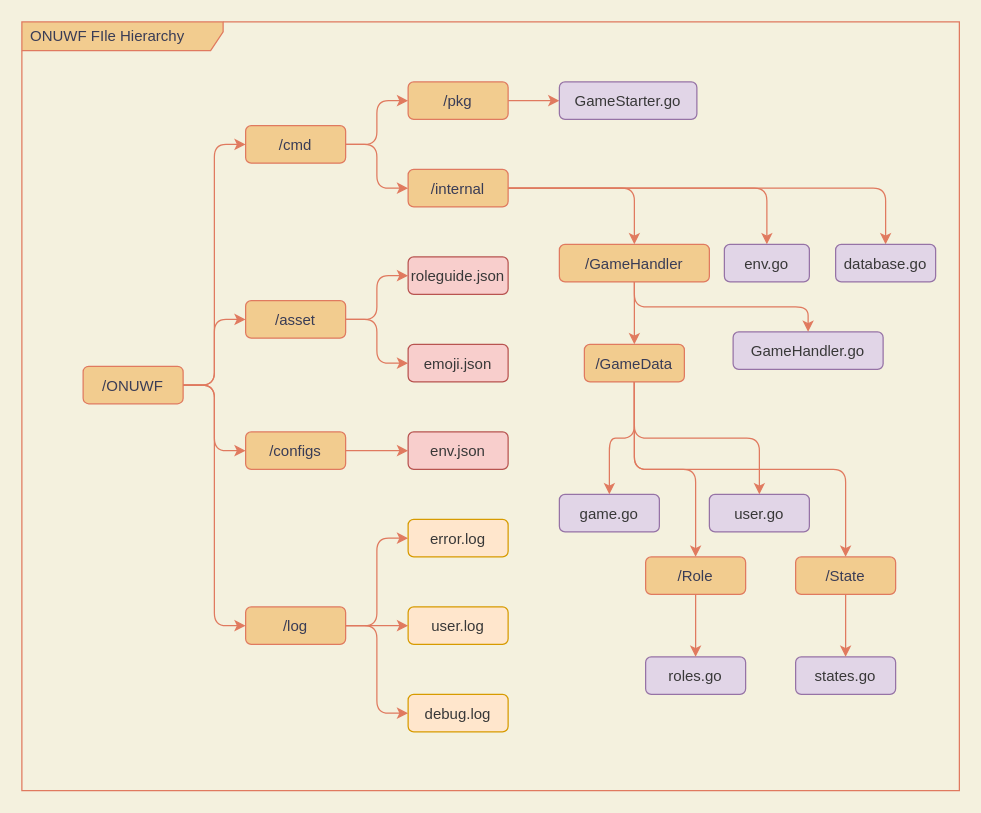
Before: File Hierarchy Diagram.drawio in splkm97/ONUWF, a draw.io diagram. Source tidied: cells renumbered, new cells numbered last; positions are measured from the earlier drawing's top-left corner, leaving out a move shared by most shapes. Both pictures are drawn from the tidied source at 125%, with x=0, y=0 at pixel (21, 21).
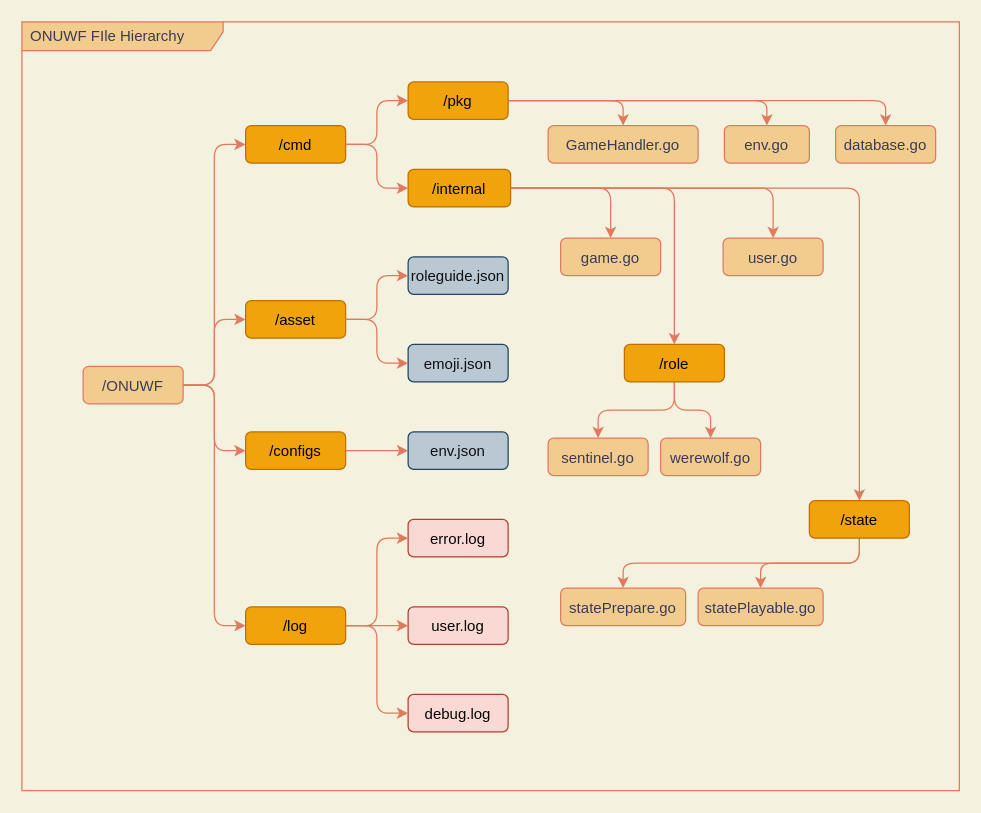
The same diagram, later.

Diff of the diagram source:
```diff
@@
-    <mxCell id="4" value="/cmd" style="ellipse=1;fillColor=#F2CC8F;strokeColor=#E07A5F;fontColor=#393C56;rounded=1;" parent="1" vertex="1">
+    <mxCell id="4" value="/cmd" style="ellipse=1;fillColor=#f0a30a;strokeColor=#BD7000;fontColor=#000000;rounded=1;" parent="1" vertex="1">
       <mxGeometry x="179" y="83" width="80" height="30" as="geometry" />
     </mxCell>
@@
-    <mxCell id="6" style="edgeStyle=orthogonalEdgeStyle;jettySize=auto;html=1;entryX=0;entryY=0.5;entryDx=0;entryDy=0;strokeColor=#E07A5F;fontColor=#393C56;labelBackgroundColor=#F4F1DE;" parent="1" edge="1" source="7" target="31">
-      <mxGeometry relative="1" as="geometry" />
-    </mxCell>
+    <mxCell id="52" style="edgeStyle=orthogonalEdgeStyle;curved=0;rounded=1;sketch=0;jettySize=auto;html=1;entryX=0.5;entryY=0;entryDx=0;entryDy=0;fontColor=#393C56;strokeColor=#E07A5F;fillColor=#F2CC8F;" parent="1" edge="1" source="7" target="35">
+      <mxGeometry relative="1" as="geometry" />
+    </mxCell>
+    <mxCell id="53" style="edgeStyle=orthogonalEdgeStyle;curved=0;rounded=1;sketch=0;jettySize=auto;html=1;entryX=0.5;entryY=0;entryDx=0;entryDy=0;fontColor=#393C56;strokeColor=#E07A5F;fillColor=#F2CC8F;" parent="1" edge="1" source="7" target="49">
+      <mxGeometry relative="1" as="geometry" />
+    </mxCell>
+    <mxCell id="54" style="edgeStyle=orthogonalEdgeStyle;curved=0;rounded=1;sketch=0;jettySize=auto;html=1;entryX=0.5;entryY=0;entryDx=0;entryDy=0;fontColor=#393C56;strokeColor=#E07A5F;fillColor=#F2CC8F;" parent="1" edge="1" source="7" target="51">
+      <mxGeometry relative="1" as="geometry" />
+    </mxCell>
-    <mxCell id="7" value="/pkg" style="ellipse=1;fillColor=#F2CC8F;strokeColor=#E07A5F;fontColor=#393C56;rounded=1;" parent="1" vertex="1">
+    <mxCell id="7" value="/pkg" style="ellipse=1;fillColor=#f0a30a;strokeColor=#BD7000;fontColor=#000000;rounded=1;" parent="1" vertex="1">
       <mxGeometry x="309" y="48" width="80" height="30" as="geometry" />
     </mxCell>
@@
-    <mxCell id="9" style="edgeStyle=orthogonalEdgeStyle;jettySize=auto;html=1;entryX=0.5;entryY=0;entryDx=0;entryDy=0;strokeColor=#E07A5F;fontColor=#393C56;labelBackgroundColor=#F4F1DE;" parent="1" edge="1" source="11" target="32">
-      <mxGeometry relative="1" as="geometry" />
-    </mxCell>
-    <mxCell id="10" style="edgeStyle=orthogonalEdgeStyle;jettySize=auto;html=1;fontSize=14;entryX=0.5;entryY=0;entryDx=0;entryDy=0;labelBackgroundColor=#F4F1DE;strokeColor=#E07A5F;fontColor=#393C56;" parent="1" edge="1" source="11" target="49">
-      <mxGeometry relative="1" as="geometry" />
-    </mxCell>
+    <mxCell id="55" style="edgeStyle=orthogonalEdgeStyle;rounded=1;jettySize=auto;html=1;entryX=0.5;entryY=0;entryDx=0;entryDy=0;labelBackgroundColor=#F4F1DE;strokeColor=#E07A5F;fontColor=#393C56;" parent="1" edge="1" source="11" target="39">
+      <mxGeometry relative="1" as="geometry" />
+    </mxCell>
+    <mxCell id="56" style="edgeStyle=orthogonalEdgeStyle;rounded=1;jettySize=auto;html=1;entryX=0.5;entryY=0;entryDx=0;entryDy=0;labelBackgroundColor=#F4F1DE;strokeColor=#E07A5F;fontColor=#393C56;" parent="1" edge="1" source="11" target="45">
+      <mxGeometry relative="1" as="geometry" />
+    </mxCell>
+    <mxCell id="57" style="edgeStyle=orthogonalEdgeStyle;rounded=1;jettySize=auto;html=1;entryX=0.5;entryY=0;entryDx=0;entryDy=0;labelBackgroundColor=#F4F1DE;strokeColor=#E07A5F;fontColor=#393C56;" parent="1" edge="1" source="11" target="47">
+      <mxGeometry relative="1" as="geometry" />
+    </mxCell>
-    <mxCell id="11" value="/internal" style="ellipse=1;fillColor=#F2CC8F;strokeColor=#E07A5F;fontColor=#393C56;rounded=1;" parent="1" vertex="1">
-      <mxGeometry x="309" y="118" width="80" height="30" as="geometry" />
+    <mxCell id="11" value="/internal" style="ellipse=1;fillColor=#f0a30a;strokeColor=#BD7000;fontColor=#000000;rounded=1;" parent="1" vertex="1">
+      <mxGeometry x="309" y="118" width="82" height="30" as="geometry" />
     </mxCell>
@@
-    <mxCell id="13" value="/asset" style="ellipse=1;fillColor=#F2CC8F;strokeColor=#E07A5F;fontColor=#393C56;rounded=1;" parent="1" vertex="1">
+    <mxCell id="13" value="/asset" style="ellipse=1;fillColor=#f0a30a;strokeColor=#BD7000;fontColor=#000000;rounded=1;" parent="1" vertex="1">
       <mxGeometry x="179" y="223" width="80" height="30" as="geometry" />
     </mxCell>
@@
-    <mxCell id="15" value="roleguide.json" style="fillColor=#f8cecc;strokeColor=#b85450;rounded=1;fontColor=#383838;" parent="1" vertex="1">
+    <mxCell id="15" value="roleguide.json" style="fillColor=#bac8d3;strokeColor=#23445d;rounded=1;fontColor=#0F0F0F;" parent="1" vertex="1">
       <mxGeometry x="309" y="188" width="80" height="30" as="geometry" />
     </mxCell>
@@
-    <mxCell id="17" value="/configs" style="ellipse=1;fillColor=#F2CC8F;strokeColor=#E07A5F;fontColor=#393C56;rounded=1;" parent="1" vertex="1">
+    <mxCell id="17" value="/configs" style="ellipse=1;fillColor=#f0a30a;strokeColor=#BD7000;fontColor=#000000;rounded=1;" parent="1" vertex="1">
       <mxGeometry x="179" y="328" width="80" height="30" as="geometry" />
     </mxCell>
@@
-    <mxCell id="19" value="env.json" style="fillColor=#f8cecc;strokeColor=#b85450;rounded=1;fontColor=#383838;" parent="1" vertex="1">
+    <mxCell id="19" value="env.json" style="fillColor=#bac8d3;strokeColor=#23445d;rounded=1;fontColor=#0F0F0F;" parent="1" vertex="1">
       <mxGeometry x="309" y="328" width="80" height="30" as="geometry" />
     </mxCell>
@@
-    <mxCell id="21" value="emoji.json" style="fillColor=#f8cecc;strokeColor=#b85450;rounded=1;fontColor=#383838;" parent="1" vertex="1">
+    <mxCell id="21" value="emoji.json" style="fillColor=#bac8d3;strokeColor=#23445d;rounded=1;fontColor=#0F0F0F;" parent="1" vertex="1">
       <mxGeometry x="309" y="258" width="80" height="30" as="geometry" />
     </mxCell>
@@
-    <mxCell id="23" value="/log" style="ellipse=1;fillColor=#F2CC8F;strokeColor=#E07A5F;fontColor=#393C56;rounded=1;" parent="1" vertex="1">
+    <mxCell id="23" value="/log" style="ellipse=1;fillColor=#f0a30a;strokeColor=#BD7000;fontColor=#000000;rounded=1;" parent="1" vertex="1">
       <mxGeometry x="179" y="468" width="80" height="30" as="geometry" />
     </mxCell>
@@
-    <mxCell id="25" value="error.log" style="fillColor=#ffe6cc;strokeColor=#d79b00;rounded=1;fontColor=#383838;" parent="1" vertex="1">
+    <mxCell id="25" value="error.log" style="fillColor=#fad9d5;strokeColor=#ae4132;rounded=1;fontColor=#050505;" parent="1" vertex="1">
       <mxGeometry x="309" y="398" width="80" height="30" as="geometry" />
     </mxCell>
@@
-    <mxCell id="27" value="user.log" style="fillColor=#ffe6cc;strokeColor=#d79b00;rounded=1;fontColor=#383838;" parent="1" vertex="1">
+    <mxCell id="27" value="user.log" style="fillColor=#fad9d5;strokeColor=#ae4132;rounded=1;fontColor=#050505;" parent="1" vertex="1">
       <mxGeometry x="309" y="468" width="80" height="30" as="geometry" />
     </mxCell>
@@
-    <mxCell id="29" value="debug.log" style="fillColor=#ffe6cc;strokeColor=#d79b00;rounded=1;fontColor=#383838;" parent="1" vertex="1">
+    <mxCell id="29" value="debug.log" style="fillColor=#fad9d5;strokeColor=#ae4132;rounded=1;fontColor=#050505;" parent="1" vertex="1">
       <mxGeometry x="309" y="538" width="80" height="30" as="geometry" />
     </mxCell>
@@
-    <mxCell id="31" value="GameStarter.go" style="fillColor=#e1d5e7;strokeColor=#9673a6;rounded=1;fontColor=#383838;" parent="1" vertex="1">
-      <mxGeometry x="430" y="48" width="110" height="30" as="geometry" />
-    </mxCell>
-    <mxCell id="32" value="/GameHandler" style="ellipse=1;fillColor=#F2CC8F;strokeColor=#E07A5F;fontColor=#393C56;rounded=1;" parent="1" vertex="1">
-      <mxGeometry x="430" y="178" width="120" height="30" as="geometry" />
-    </mxCell>
-    <mxCell id="33" value="/GameData" style="fillColor=#F2CC8F;strokeColor=#E07A5F;fontColor=#393C56;rounded=1;" parent="1" vertex="1">
-      <mxGeometry x="450" y="258" width="80" height="30" as="geometry" />
-    </mxCell>
-    <mxCell id="34" style="edgeStyle=elbowEdgeStyle;elbow=vertical;strokeColor=#E07A5F;fontColor=#393C56;labelBackgroundColor=#F4F1DE;" parent="1" edge="1" source="32" target="33">
-      <mxGeometry relative="1" as="geometry" />
-    </mxCell>
-    <mxCell id="35" value="GameHandler.go" style="fillColor=#e1d5e7;strokeColor=#9673a6;rounded=1;fontColor=#383838;" parent="1" vertex="1">
-      <mxGeometry x="569" y="248" width="120" height="30" as="geometry" />
+    <mxCell id="35" value="GameHandler.go" style="fillColor=#F2CC8F;strokeColor=#E07A5F;rounded=1;fontColor=#393C56;" parent="1" vertex="1">
+      <mxGeometry x="421" y="83" width="120" height="30" as="geometry" />
     </mxCell>
-    <mxCell id="36" style="edgeStyle=elbowEdgeStyle;elbow=vertical;strokeColor=#E07A5F;fontColor=#393C56;labelBackgroundColor=#F4F1DE;" parent="1" edge="1" source="32" target="35">
-      <mxGeometry relative="1" as="geometry" />
-    </mxCell>
-    <mxCell id="37" value="game.go" style="fillColor=#e1d5e7;strokeColor=#9673a6;rounded=1;fontColor=#383838;" parent="1" vertex="1">
-      <mxGeometry x="430" y="378" width="80" height="30" as="geometry" />
+    <mxCell id="37" value="game.go" style="fillColor=#F2CC8F;strokeColor=#E07A5F;rounded=1;fontColor=#393C56;" parent="1" vertex="1">
+      <mxGeometry x="431" y="173" width="80" height="30" as="geometry" />
     </mxCell>
-    <mxCell id="38" style="edgeStyle=elbowEdgeStyle;elbow=vertical;strokeColor=#E07A5F;fontColor=#393C56;labelBackgroundColor=#F4F1DE;" parent="1" edge="1" source="33" target="37">
-      <mxGeometry relative="1" as="geometry" />
-    </mxCell>
-    <mxCell id="39" value="user.go" style="fillColor=#e1d5e7;strokeColor=#9673a6;rounded=1;fontColor=#383838;" parent="1" vertex="1">
-      <mxGeometry x="550" y="378" width="80" height="30" as="geometry" />
+    <mxCell id="39" value="user.go" style="fillColor=#F2CC8F;strokeColor=#E07A5F;rounded=1;fontColor=#393C56;" parent="1" vertex="1">
+      <mxGeometry x="561" y="173" width="80" height="30" as="geometry" />
     </mxCell>
-    <mxCell id="40" style="edgeStyle=elbowEdgeStyle;elbow=vertical;strokeColor=#E07A5F;fontColor=#393C56;labelBackgroundColor=#F4F1DE;" parent="1" edge="1" source="33" target="39">
-      <mxGeometry relative="1" as="geometry" />
-    </mxCell>
-    <mxCell id="41" value="/Role" style="ellipse=1;fillColor=#F2CC8F;strokeColor=#E07A5F;fontColor=#393C56;rounded=1;" parent="1" vertex="1">
-      <mxGeometry x="499" y="428" width="80" height="30" as="geometry" />
-    </mxCell>
-    <mxCell id="42" style="edgeStyle=elbowEdgeStyle;elbow=vertical;strokeColor=#E07A5F;fontColor=#393C56;labelBackgroundColor=#F4F1DE;" parent="1" edge="1" source="33" target="41">
-      <mxGeometry relative="1" as="geometry" />
-    </mxCell>
-    <mxCell id="43" value="/State" style="ellipse=1;fillColor=#F2CC8F;strokeColor=#E07A5F;fontColor=#393C56;rounded=1;" parent="1" vertex="1">
-      <mxGeometry x="619" y="428" width="80" height="30" as="geometry" />
-    </mxCell>
-    <mxCell id="44" style="edgeStyle=elbowEdgeStyle;elbow=vertical;strokeColor=#E07A5F;fontColor=#393C56;labelBackgroundColor=#F4F1DE;" parent="1" edge="1" source="33" target="43">
-      <mxGeometry relative="1" as="geometry" />
-    </mxCell>
+    <mxCell id="58" style="edgeStyle=orthogonalEdgeStyle;curved=0;rounded=1;sketch=0;jettySize=auto;html=1;entryX=0.5;entryY=0;entryDx=0;entryDy=0;fontColor=#050505;strokeColor=#E07A5F;fillColor=#F2CC8F;" parent="1" edge="1" source="45" target="63">
+      <mxGeometry relative="1" as="geometry" />
+    </mxCell>
+    <mxCell id="59" style="edgeStyle=orthogonalEdgeStyle;curved=0;rounded=1;sketch=0;jettySize=auto;html=1;entryX=0.5;entryY=0;entryDx=0;entryDy=0;fontColor=#050505;strokeColor=#E07A5F;fillColor=#F2CC8F;" parent="1" edge="1" source="45" target="64">
+      <mxGeometry relative="1" as="geometry" />
+    </mxCell>
-    <mxCell id="45" value="roles.go" style="fillColor=#e1d5e7;strokeColor=#9673a6;rounded=1;fontColor=#383838;" parent="1" vertex="1">
-      <mxGeometry x="499" y="508" width="80" height="30" as="geometry" />
+    <mxCell id="45" value="/role" style="fillColor=#f0a30a;strokeColor=#BD7000;rounded=1;fontColor=#000000;" parent="1" vertex="1">
+      <mxGeometry x="482" y="258" width="80" height="30" as="geometry" />
     </mxCell>
-    <mxCell id="46" style="edgeStyle=elbowEdgeStyle;elbow=vertical;strokeColor=#E07A5F;fontColor=#393C56;labelBackgroundColor=#F4F1DE;" parent="1" edge="1" source="41" target="45">
-      <mxGeometry relative="1" as="geometry" />
-    </mxCell>
+    <mxCell id="60" style="edgeStyle=orthogonalEdgeStyle;curved=0;rounded=1;sketch=0;jettySize=auto;html=1;entryX=0.5;entryY=0;entryDx=0;entryDy=0;fontColor=#050505;strokeColor=#E07A5F;fillColor=#F2CC8F;" parent="1" edge="1" source="47" target="66">
+      <mxGeometry relative="1" as="geometry" />
+    </mxCell>
+    <mxCell id="61" style="edgeStyle=orthogonalEdgeStyle;curved=0;rounded=1;sketch=0;jettySize=auto;html=1;entryX=0.5;entryY=0;entryDx=0;entryDy=0;fontColor=#050505;strokeColor=#E07A5F;fillColor=#F2CC8F;exitX=0.5;exitY=1;exitDx=0;exitDy=0;" parent="1" edge="1" source="47" target="65">
+      <mxGeometry relative="1" as="geometry" />
+    </mxCell>
-    <mxCell id="47" value="states.go" style="fillColor=#e1d5e7;strokeColor=#9673a6;rounded=1;fontColor=#383838;" parent="1" vertex="1">
-      <mxGeometry x="619" y="508" width="80" height="30" as="geometry" />
+    <mxCell id="47" value="/state" style="fillColor=#f0a30a;strokeColor=#BD7000;rounded=1;fontColor=#000000;" parent="1" vertex="1">
+      <mxGeometry x="630" y="383" width="80" height="30" as="geometry" />
     </mxCell>
-    <mxCell id="48" style="edgeStyle=elbowEdgeStyle;elbow=vertical;strokeColor=#E07A5F;fontColor=#393C56;labelBackgroundColor=#F4F1DE;" parent="1" edge="1" source="43" target="47">
-      <mxGeometry relative="1" as="geometry" />
-    </mxCell>
-    <mxCell id="49" value="env.go" style="fillColor=#e1d5e7;strokeColor=#9673a6;rounded=1;fontColor=#383838;" parent="1" vertex="1">
-      <mxGeometry x="562" y="178" width="68" height="30" as="geometry" />
+    <mxCell id="49" value="env.go" style="fillColor=#F2CC8F;strokeColor=#E07A5F;rounded=1;fontColor=#393C56;" parent="1" vertex="1">
+      <mxGeometry x="562" y="83" width="68" height="30" as="geometry" />
     </mxCell>
-    <mxCell id="50" style="edgeStyle=orthogonalEdgeStyle;jettySize=auto;html=1;fontSize=14;labelBackgroundColor=#F4F1DE;strokeColor=#E07A5F;fontColor=#393C56;entryX=0.5;entryY=0;entryDx=0;entryDy=0;" parent="1" edge="1" source="11" target="51">
-      <mxGeometry relative="1" as="geometry" />
-    </mxCell>
-    <mxCell id="51" value="database.go" style="fillColor=#e1d5e7;strokeColor=#9673a6;rounded=1;fontColor=#383838;" parent="1" vertex="1">
-      <mxGeometry x="651" y="178" width="80" height="30" as="geometry" />
+    <mxCell id="51" value="database.go" style="fillColor=#F2CC8F;strokeColor=#E07A5F;rounded=1;fontColor=#393C56;" parent="1" vertex="1">
+      <mxGeometry x="651" y="83" width="80" height="30" as="geometry" />
     </mxCell>
+    <mxCell id="62" style="edgeStyle=orthogonalEdgeStyle;rounded=1;jettySize=auto;html=1;entryX=0.5;entryY=0;entryDx=0;entryDy=0;fillColor=#F2CC8F;strokeColor=#E07A5F;labelBackgroundColor=#F4F1DE;fontColor=#393C56;" parent="1" edge="1" source="11" target="37">
+      <mxGeometry relative="1" as="geometry" />
+    </mxCell>
+    <mxCell id="63" value="sentinel.go" style="fillColor=#F2CC8F;strokeColor=#E07A5F;rounded=1;fontColor=#393C56;" parent="1" vertex="1">
+      <mxGeometry x="421" y="333" width="80" height="30" as="geometry" />
+    </mxCell>
+    <mxCell id="64" value="werewolf.go" style="fillColor=#F2CC8F;strokeColor=#E07A5F;rounded=1;fontColor=#393C56;" parent="1" vertex="1">
+      <mxGeometry x="511" y="333" width="80" height="30" as="geometry" />
+    </mxCell>
+    <mxCell id="65" value="statePrepare.go" style="fillColor=#F2CC8F;strokeColor=#E07A5F;rounded=1;fontColor=#393C56;" parent="1" vertex="1">
+      <mxGeometry x="431" y="453" width="100" height="30" as="geometry" />
+    </mxCell>
+    <mxCell id="66" value="statePlayable.go" style="fillColor=#F2CC8F;strokeColor=#E07A5F;rounded=1;fontColor=#393C56;" parent="1" vertex="1">
+      <mxGeometry x="541" y="453" width="100" height="30" as="geometry" />
+    </mxCell>
```
